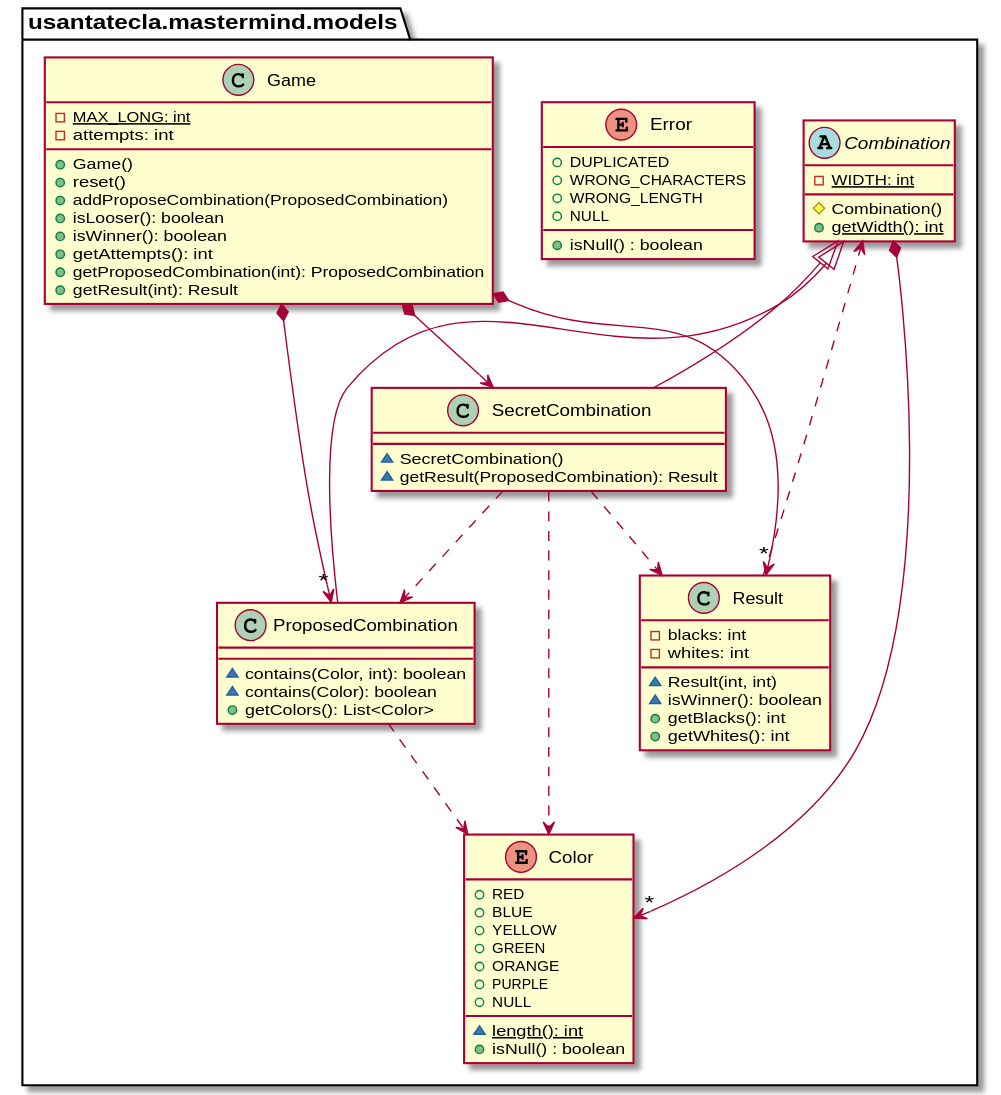
Earlier version of the PlantUML export documentView/console/docs/diagrams/out/paquetes/usantatecla.mastermind.models.svg (SantaTecla-mastermind/solution.java.swing.socket.sql). The source it was exported from:
```plantuml
@startuml
enum usantatecla.mastermind.types.Color {
    + RED
    + BLUE
    + YELLOW
    + GREEN
    + ORANGE
    + PURPLE
    + NULL
    ~ {static} length(): int
    + isNull() : boolean
}

abstract class usantatecla.mastermind.models.Combination {
    - {static} WIDTH: int
    # Combination()
    + {static} getWidth(): int
}
usantatecla.mastermind.models.Combination *-down-> "*" usantatecla.mastermind.types.Color

enum usantatecla.mastermind.types.Error {
    + DUPLICATED
    + WRONG_CHARACTERS
    + WRONG_LENGTH
    + NULL
    + isNull() : boolean
}

class usantatecla.mastermind.models.Game {
    - {static} MAX_LONG: int
    - attempts: int
    + Game()
    + reset()
    + addProposeCombination(ProposedCombination)
    + isLooser(): boolean
    + isWinner(): boolean
    + getAttempts(): int
    + getProposedCombination(int): ProposedCombination
    + getResult(int): Result
}
usantatecla.mastermind.models.Game *-down-> usantatecla.mastermind.models.SecretCombination
usantatecla.mastermind.models.Game *-down-> "*" usantatecla.mastermind.models.Result
usantatecla.mastermind.models.Game *-down-> "*" usantatecla.mastermind.models.ProposedCombination

class usantatecla.mastermind.models.ProposedCombination {
    ~ contains(Color, int): boolean
    ~ contains(Color): boolean
    + getColors(): List<Color>
}
usantatecla.mastermind.models.ProposedCombination -up-|> usantatecla.mastermind.models.Combination
usantatecla.mastermind.models.ProposedCombination ..> usantatecla.mastermind.types.Color

class usantatecla.mastermind.models.Result {
    - blacks: int
    - whites: int
    ~ Result(int, int)
    ~ isWinner(): boolean
    + getBlacks(): int
    + getWhites(): int
}

usantatecla.mastermind.models.Result ..> usantatecla.mastermind.models.Combination

class usantatecla.mastermind.models.SecretCombination {
    ~ SecretCombination()
    ~ getResult(ProposedCombination): Result
}
usantatecla.mastermind.models.SecretCombination -up-|> usantatecla.mastermind.models.Combination
usantatecla.mastermind.models.SecretCombination ..> usantatecla.mastermind.models.Result
usantatecla.mastermind.models.SecretCombination ..> usantatecla.mastermind.models.ProposedCombination
usantatecla.mastermind.models.SecretCombination ..> usantatecla.mastermind.types.Color
@enduml
```
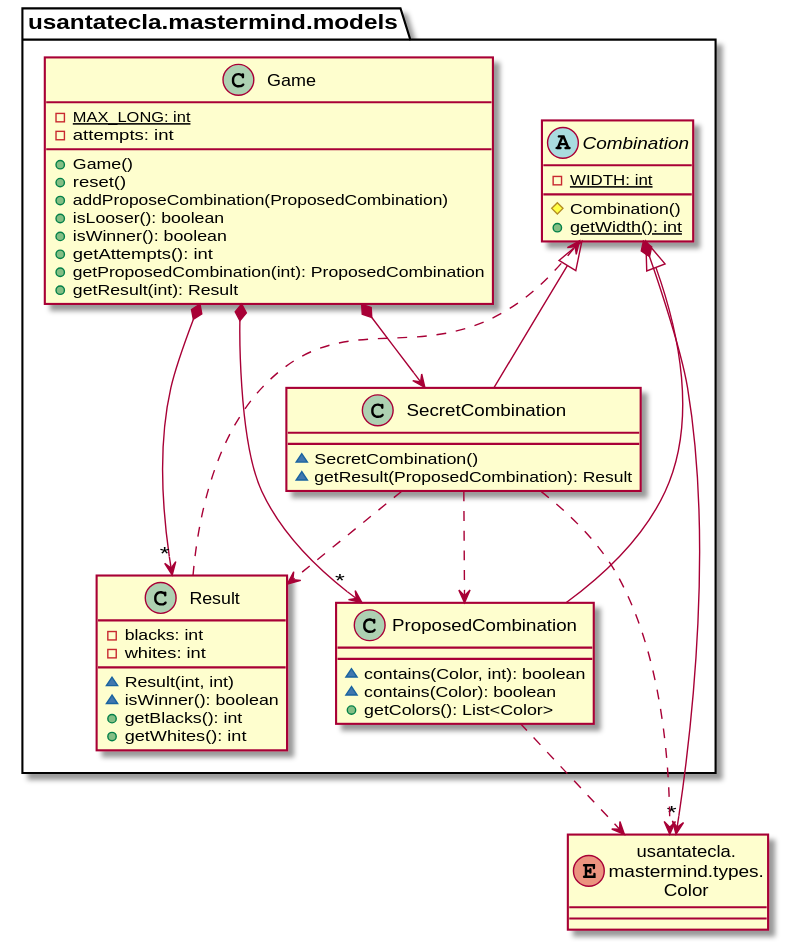
The same diagram one commit later.

The edit, as a diff of the source:
```diff
@@ -1,30 +1,12 @@
 @startuml
-enum usantatecla.mastermind.types.Color {
-    + RED
-    + BLUE
-    + YELLOW
-    + GREEN
-    + ORANGE
-    + PURPLE
-    + NULL
-    ~ {static} length(): int
-    + isNull() : boolean
-}
+enum Color as "usantatecla.\nmastermind.types.\nColor"
 
 abstract class usantatecla.mastermind.models.Combination {
     - {static} WIDTH: int
     # Combination()
     + {static} getWidth(): int
 }
-usantatecla.mastermind.models.Combination *-down-> "*" usantatecla.mastermind.types.Color
-
-enum usantatecla.mastermind.types.Error {
-    + DUPLICATED
-    + WRONG_CHARACTERS
-    + WRONG_LENGTH
-    + NULL
-    + isNull() : boolean
-}
+usantatecla.mastermind.models.Combination *-down-> "*" Color
 
 class usantatecla.mastermind.models.Game {
     - {static} MAX_LONG: int
@@ -48,7 +30,7 @@
     + getColors(): List<Color>
 }
 usantatecla.mastermind.models.ProposedCombination -up-|> usantatecla.mastermind.models.Combination
-usantatecla.mastermind.models.ProposedCombination ..> usantatecla.mastermind.types.Color
+usantatecla.mastermind.models.ProposedCombination ..> Color
 
 class usantatecla.mastermind.models.Result {
     - blacks: int
@@ -68,5 +50,5 @@
 usantatecla.mastermind.models.SecretCombination -up-|> usantatecla.mastermind.models.Combination
 usantatecla.mastermind.models.SecretCombination ..> usantatecla.mastermind.models.Result
 usantatecla.mastermind.models.SecretCombination ..> usantatecla.mastermind.models.ProposedCombination
-usantatecla.mastermind.models.SecretCombination ..> usantatecla.mastermind.types.Color
+usantatecla.mastermind.models.SecretCombination ..> Color
 @enduml
```
